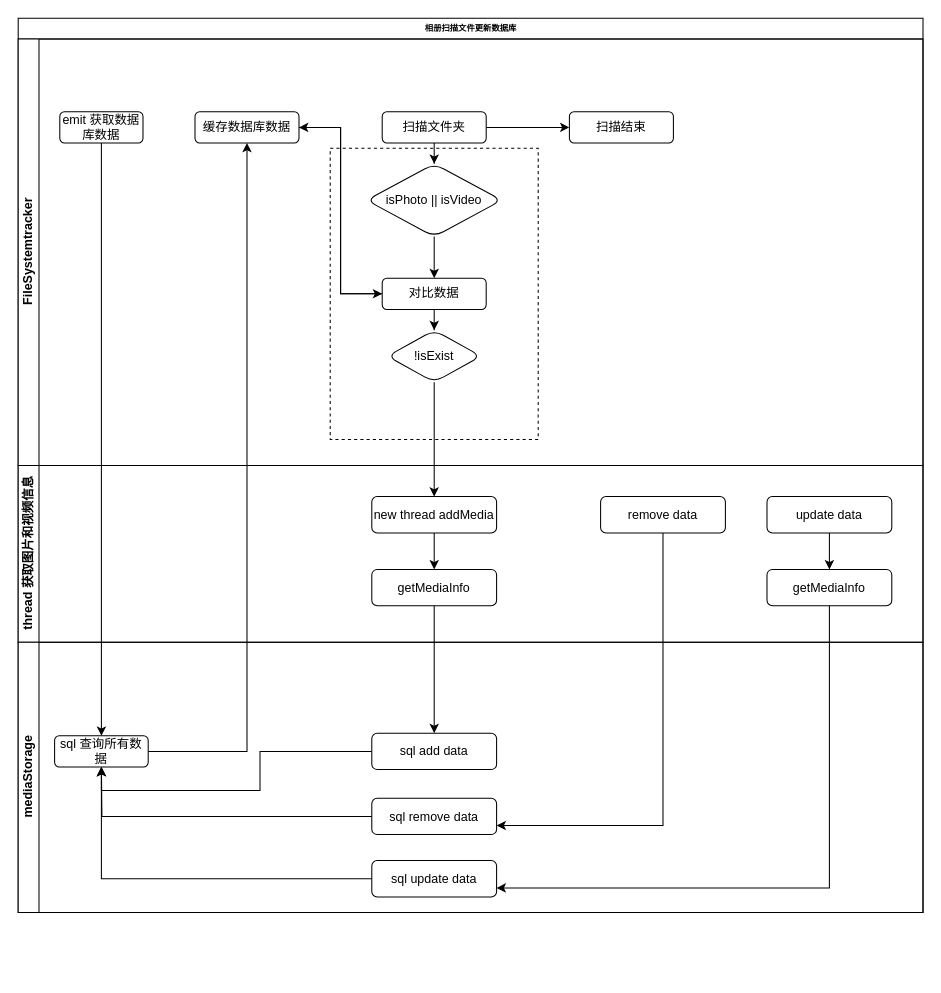
This is photoupdate.drawio from zhangalps/umldir, a draw.io file, before an edit. Source tidied: cells renumbered, new cells numbered last; positions are measured from the earlier drawing's top-left corner, leaving out a move shared by most shapes. Both pictures are drawn from the tidied source at 104%, with x=0, y=0 at pixel (18, 18).
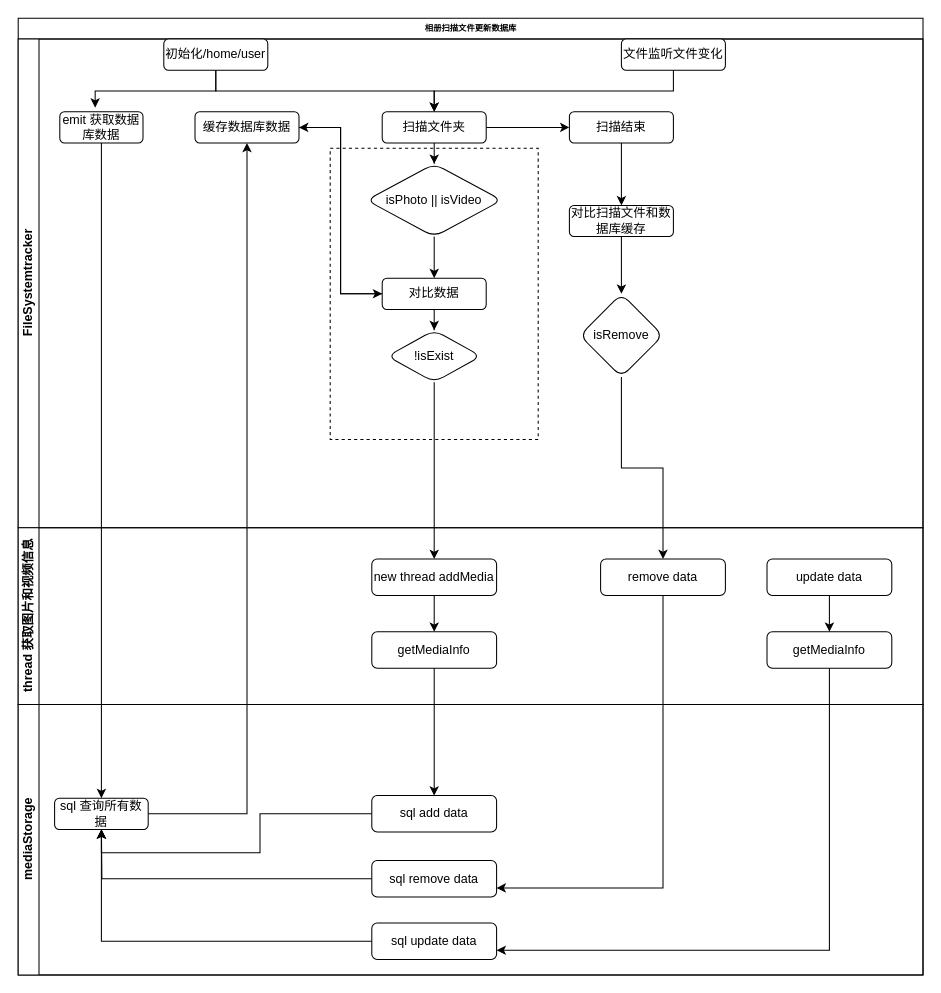
The same diagram, later.

Unchanged cells that the change refers to:
```xml
<mxCell id="4" value="emit 获取数据库数据" style="rounded=1;whiteSpace=wrap;html=1;" parent="3" vertex="1">
  <mxGeometry x="40" y="70" width="80" height="30" as="geometry" />
</mxCell>
<mxCell id="18" value="remove data" style="whiteSpace=wrap;html=1;rounded=1;" parent="14" vertex="1">
  <mxGeometry x="560" y="30" width="120" height="35" as="geometry" />
</mxCell>
<mxCell id="30" value="sql remove data" style="whiteSpace=wrap;html=1;rounded=1;" parent="26" vertex="1">
  <mxGeometry x="340" y="150" width="120" height="35" as="geometry" />
</mxCell>
<mxCell id="37" value="扫描文件夹" style="whiteSpace=wrap;html=1;rounded=1;" parent="1" vertex="1">
  <mxGeometry x="350" y="90" width="100" height="30" as="geometry" />
</mxCell>
<mxCell id="39" value="扫描结束" style="whiteSpace=wrap;html=1;rounded=1;" parent="1" vertex="1">
  <mxGeometry x="530" y="90" width="100" height="30" as="geometry" />
</mxCell>
```

Change to the diagram source:
```diff
@@
     <mxCell id="2" value="相册扫描文件更新数据库" style="swimlane;html=1;horizontal=1;startSize=20;rounded=0;shadow=0;labelBackgroundColor=none;strokeWidth=1;fontFamily=Verdana;fontSize=8;align=center;" parent="1" vertex="1">
-      <mxGeometry width="870" height="860" as="geometry" />
+      <mxGeometry width="870" height="920" as="geometry" />
     </mxCell>
     <mxCell id="3" value="FileSystemtracker" style="swimlane;html=1;startSize=20;horizontal=0;" parent="2" vertex="1">
-      <mxGeometry y="20" width="870" height="410" as="geometry" />
+      <mxGeometry y="20" width="870" height="470" as="geometry" />
     </mxCell>
@@
+    <mxCell id="40" value="对比扫描文件和数据库缓存" style="whiteSpace=wrap;html=1;rounded=1;" parent="3" vertex="1">
+      <mxGeometry x="530" y="160" width="100" height="30" as="geometry" />
+    </mxCell>
+    <mxCell id="41" value="文件监听文件变化" style="whiteSpace=wrap;html=1;rounded=1;" parent="3" vertex="1">
+      <mxGeometry x="580" width="100" height="30" as="geometry" />
+    </mxCell>
+    <mxCell id="42" style="edgeStyle=orthogonalEdgeStyle;rounded=0;jettySize=auto;html=1;exitX=0.5;exitY=1;exitDx=0;exitDy=0;entryX=0.425;entryY=-0.133;entryDx=0;entryDy=0;entryPerimeter=0;" parent="3" edge="1" source="43" target="4">
+      <mxGeometry relative="1" as="geometry" />
+    </mxCell>
+    <mxCell id="43" value="初始化/home/user" style="whiteSpace=wrap;html=1;rounded=1;" parent="3" vertex="1">
+      <mxGeometry x="140" width="100" height="30" as="geometry" />
+    </mxCell>
     <mxCell id="14" value="thread 获取图片和视频信息" style="swimlane;html=1;startSize=20;horizontal=0;" parent="2" vertex="1">
-      <mxGeometry y="430" width="870" height="170" as="geometry" />
+      <mxGeometry y="490" width="870" height="170" as="geometry" />
     </mxCell>
@@
     <mxCell id="26" value="mediaStorage" style="swimlane;html=1;startSize=20;horizontal=0;" parent="2" vertex="1">
-      <mxGeometry y="600" width="870" height="260" as="geometry" />
+      <mxGeometry y="660" width="870" height="260" as="geometry" />
     </mxCell>
@@
-    <mxCell id="38" style="edgeStyle=orthogonalEdgeStyle;rounded=0;jettySize=auto;html=1;exitX=0;exitY=0.5;exitDx=0;exitDy=0;" parent="1" edge="1" source="30">
-      <mxGeometry relative="1" as="geometry">
-        <mxPoint x="80" y="720" as="targetPoint" />
-      </mxGeometry>
-    </mxCell>
+    <mxCell id="44" style="edgeStyle=orthogonalEdgeStyle;rounded=0;jettySize=auto;html=1;" parent="1" edge="1" source="39" target="40">
+      <mxGeometry relative="1" as="geometry" />
+    </mxCell>
@@
+    <mxCell id="45" style="edgeStyle=orthogonalEdgeStyle;rounded=0;jettySize=auto;html=1;exitX=0.5;exitY=1;exitDx=0;exitDy=0;" parent="1" edge="1" source="46" target="18">
+      <mxGeometry relative="1" as="geometry" />
+    </mxCell>
+    <mxCell id="46" value="isRemove" style="rhombus;whiteSpace=wrap;html=1;rounded=1;" parent="1" vertex="1">
+      <mxGeometry x="540" y="265" width="80" height="80" as="geometry" />
+    </mxCell>
+    <mxCell id="47" style="edgeStyle=orthogonalEdgeStyle;rounded=0;jettySize=auto;html=1;" parent="1" edge="1" source="40" target="46">
+      <mxGeometry relative="1" as="geometry" />
+    </mxCell>
+    <mxCell id="48" style="edgeStyle=orthogonalEdgeStyle;rounded=0;jettySize=auto;html=1;exitX=0.5;exitY=1;exitDx=0;exitDy=0;entryX=0.5;entryY=0;entryDx=0;entryDy=0;" parent="1" edge="1" source="41" target="37">
+      <mxGeometry relative="1" as="geometry" />
+    </mxCell>
+    <mxCell id="49" style="edgeStyle=orthogonalEdgeStyle;rounded=0;jettySize=auto;html=1;exitX=0.5;exitY=1;exitDx=0;exitDy=0;" parent="1" edge="1" source="43" target="37">
+      <mxGeometry relative="1" as="geometry" />
+    </mxCell>
+    <mxCell id="50" style="edgeStyle=orthogonalEdgeStyle;rounded=0;jettySize=auto;html=1;exitX=0;exitY=0.5;exitDx=0;exitDy=0;" parent="1" edge="1" source="30">
+      <mxGeometry relative="1" as="geometry">
+        <mxPoint x="80" y="780" as="targetPoint" />
+      </mxGeometry>
+    </mxCell>
```
